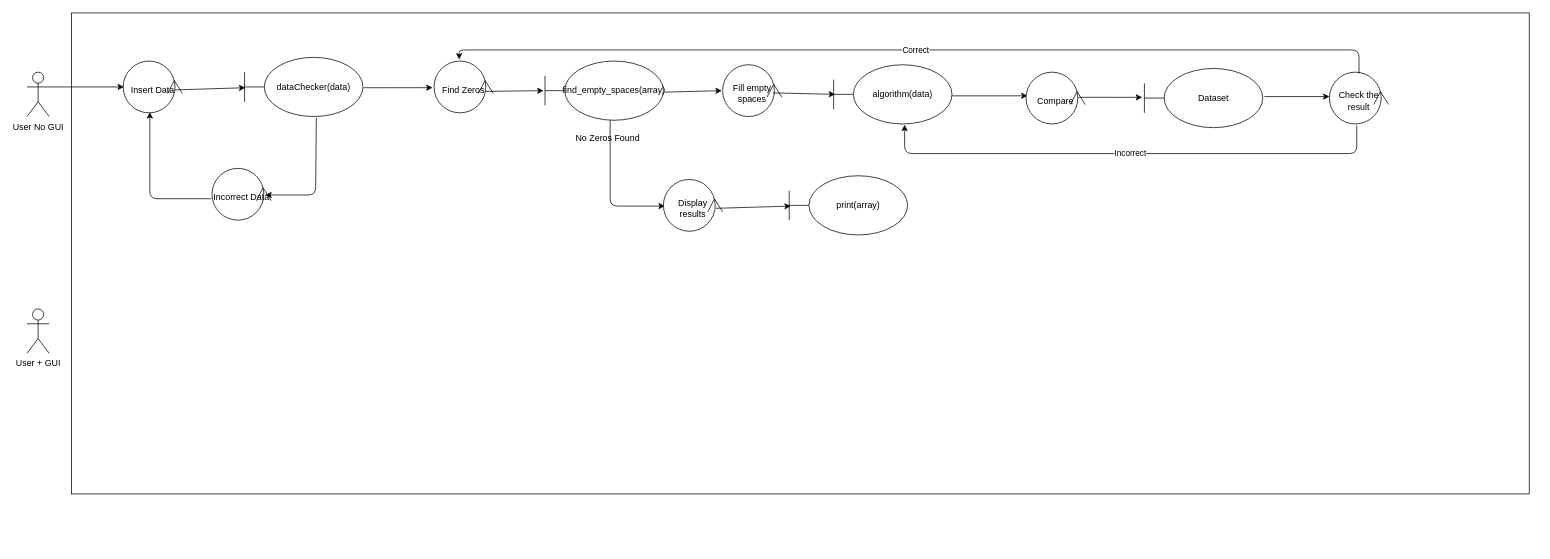
Above: Untitled Diagram.drawio in AChu-Dev/introductionToAI (draw.io), before the change. Source tidied: cells renumbered, new cells numbered last; positions are measured from the earlier drawing's top-left corner, leaving out a move shared by most shapes. Both pictures are drawn from the tidied source at 74%, with x=0, y=0 at pixel (27, 13).
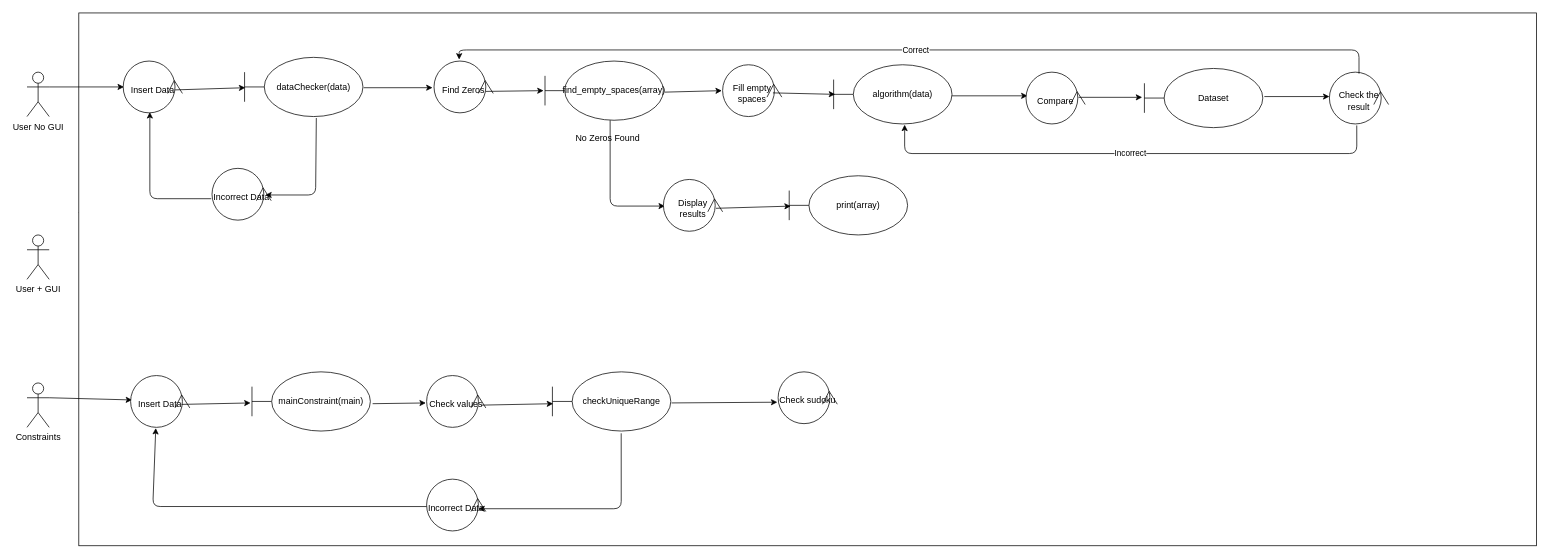
After the change.

What changed in the source:
```diff
@@
     <mxCell id="4" style="rounded=0;whiteSpace=wrap;html=1;" parent="1" vertex="1">
-      <mxGeometry x="60" width="1970" height="650" as="geometry" />
+      <mxGeometry x="70" width="1970" height="720" as="geometry" />
     </mxCell>
@@
     <mxCell id="33" value="&lt;div&gt;User + GUI&lt;/div&gt;&lt;div&gt;&lt;br&gt;&lt;/div&gt;" style="shape=umlActor;verticalLabelPosition=bottom;verticalAlign=top;html=1;" parent="1" vertex="1">
-      <mxGeometry y="400" width="30" height="60" as="geometry" />
+      <mxGeometry y="300" width="30" height="60" as="geometry" />
     </mxCell>
+    <mxCell id="34" value="Constraints" style="shape=umlActor;verticalLabelPosition=bottom;verticalAlign=top;html=1;outlineConnect=0;" parent="1" vertex="1">
+      <mxGeometry y="500" width="30" height="60" as="geometry" />
+    </mxCell>
+    <mxCell id="35" style="endArrow=classic;html=1;exitX=1;exitY=0.3333333333333333;exitDx=0;exitDy=0;exitPerimeter=0;entryX=0.471;entryY=0.975;entryDx=0;entryDy=0;entryPerimeter=0;" parent="1" edge="1" source="34" target="36">
+      <mxGeometry relative="1" as="geometry" />
+    </mxCell>
+    <mxCell id="36" value="Insert Data" style="ellipse;shape=umlControl;whiteSpace=wrap;html=1;direction=south;" parent="1" vertex="1">
+      <mxGeometry x="140" y="490" width="80" height="70" as="geometry" />
+    </mxCell>
+    <mxCell id="37" value="mainConstraint(main)" style="shape=umlBoundary;whiteSpace=wrap;html=1;" parent="1" vertex="1">
+      <mxGeometry x="304" y="485" width="160" height="80" as="geometry" />
+    </mxCell>
+    <mxCell id="38" style="endArrow=classic;html=1;exitX=0.557;exitY=0.138;exitDx=0;exitDy=0;exitPerimeter=0;entryX=-0.012;entryY=0.525;entryDx=0;entryDy=0;entryPerimeter=0;" parent="1" edge="1" source="36" target="37">
+      <mxGeometry relative="1" as="geometry" />
+    </mxCell>
+    <mxCell id="39" value="Incorrect Data" style="ellipse;shape=umlControl;whiteSpace=wrap;html=1;direction=south;" parent="1" vertex="1">
+      <mxGeometry x="540" y="630" width="80" height="70" as="geometry" />
+    </mxCell>
+    <mxCell id="40" style="endArrow=classic;html=1;exitX=0.529;exitY=1;exitDx=0;exitDy=0;exitPerimeter=0;entryX=1.014;entryY=0.575;entryDx=0;entryDy=0;entryPerimeter=0;" parent="1" edge="1" source="39" target="36">
+      <mxGeometry relative="1" as="geometry">
+        <Array as="points">
+          <mxPoint x="170" y="667" />
+        </Array>
+      </mxGeometry>
+    </mxCell>
+    <mxCell id="41" style="endArrow=classic;html=1;exitX=1.019;exitY=0.538;exitDx=0;exitDy=0;exitPerimeter=0;entryX=0.529;entryY=1.013;entryDx=0;entryDy=0;entryPerimeter=0;" parent="1" edge="1" source="37" target="43">
+      <mxGeometry relative="1" as="geometry" />
+    </mxCell>
+    <mxCell id="42" value="checkUniqueRange" style="shape=umlBoundary;whiteSpace=wrap;html=1;" parent="1" vertex="1">
+      <mxGeometry x="710" y="485" width="160" height="80" as="geometry" />
+    </mxCell>
+    <mxCell id="43" value="Check values" style="ellipse;shape=umlControl;whiteSpace=wrap;html=1;direction=south;" parent="1" vertex="1">
+      <mxGeometry x="540" y="490" width="80" height="70" as="geometry" />
+    </mxCell>
+    <mxCell id="44" style="endArrow=classic;html=1;exitX=0.571;exitY=0.075;exitDx=0;exitDy=0;exitPerimeter=0;entryX=0.006;entryY=0.538;entryDx=0;entryDy=0;entryPerimeter=0;" parent="1" edge="1" source="43" target="42">
+      <mxGeometry relative="1" as="geometry" />
+    </mxCell>
+    <mxCell id="45" style="endArrow=classic;html=1;exitX=0.581;exitY=1.038;exitDx=0;exitDy=0;exitPerimeter=0;entryX=0.571;entryY=0.125;entryDx=0;entryDy=0;entryPerimeter=0;" parent="1" edge="1" source="42" target="39">
+      <mxGeometry relative="1" as="geometry">
+        <Array as="points">
+          <mxPoint x="803" y="670" />
+        </Array>
+      </mxGeometry>
+    </mxCell>
+    <mxCell id="46" style="endArrow=classic;html=1;exitX=1.006;exitY=0.525;exitDx=0;exitDy=0;exitPerimeter=0;entryX=0.586;entryY=1.013;entryDx=0;entryDy=0;entryPerimeter=0;" parent="1" edge="1" source="42" target="47">
+      <mxGeometry relative="1" as="geometry" />
+    </mxCell>
+    <mxCell id="47" value="Check sudoku" style="ellipse;shape=umlControl;whiteSpace=wrap;html=1;direction=south;" parent="1" vertex="1">
+      <mxGeometry x="1015" y="485" width="80" height="70" as="geometry" />
+    </mxCell>
```
